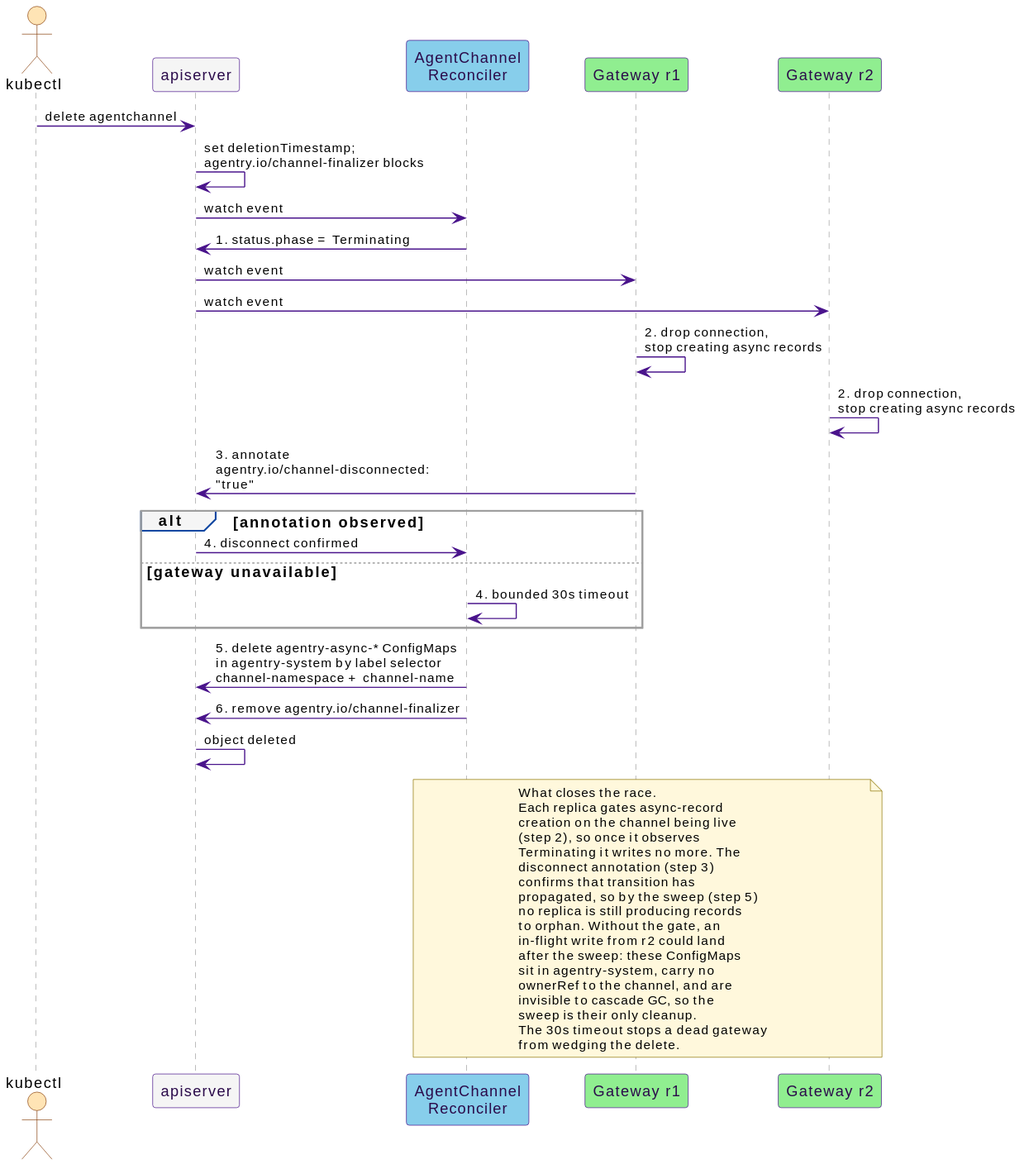
This is docs/src/diagrams/channel-delete-handshake.svg from win07xp/kaalm, a PlantUML export, as it was before one commit.
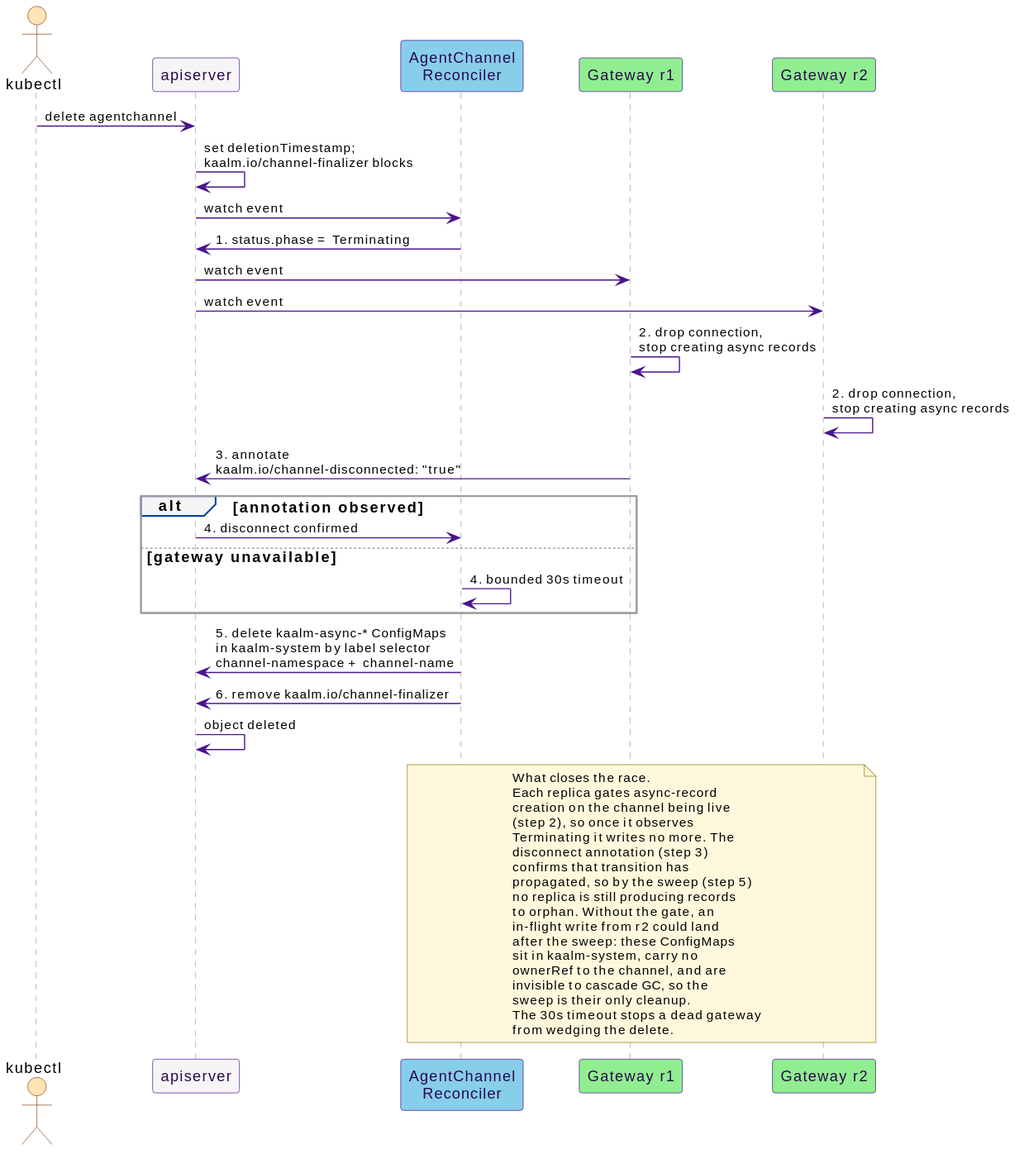
Above is the later version.

Change to the diagram source:
```diff
@@ -8,7 +8,7 @@
 participant "Gateway r2" as G2 $gwBg
 
 K -> API : delete agentchannel
-API -> API : set deletionTimestamp;\nagentry.io/channel-finalizer blocks
+API -> API : set deletionTimestamp;\nkaalm.io/channel-finalizer blocks
 API -> R : watch event
 
 R -> API : 1. status.phase = Terminating
@@ -16,7 +16,7 @@
 API -> G2 : watch event
 G1 -> G1 : 2. drop connection,\nstop creating async records
 G2 -> G2 : 2. drop connection,\nstop creating async records
-G1 -> API : 3. annotate\nagentry.io/channel-disconnected: "true"
+G1 -> API : 3. annotate\nkaalm.io/channel-disconnected: "true"
 
 alt annotation observed
   API -> R : 4. disconnect confirmed
@@ -24,8 +24,8 @@
   R -> R : 4. bounded 30s timeout
 end
 
-R -> API : 5. delete agentry-async-* ConfigMaps\nin agentry-system by label selector\nchannel-namespace + channel-name
-R -> API : 6. remove agentry.io/channel-finalizer
+R -> API : 5. delete kaalm-async-* ConfigMaps\nin kaalm-system by label selector\nchannel-namespace + channel-name
+R -> API : 6. remove kaalm.io/channel-finalizer
 API -> API : object deleted
 
 note over R, G2
@@ -41,7 +41,7 @@
   to orphan. Without the gate, an
   in-flight write from r2 could land
   after the sweep: these ConfigMaps
-  sit in agentry-system, carry no
+  sit in kaalm-system, carry no
   ownerRef to the channel, and are
   invisible to cascade GC, so the
   sweep is their only cleanup.
```
